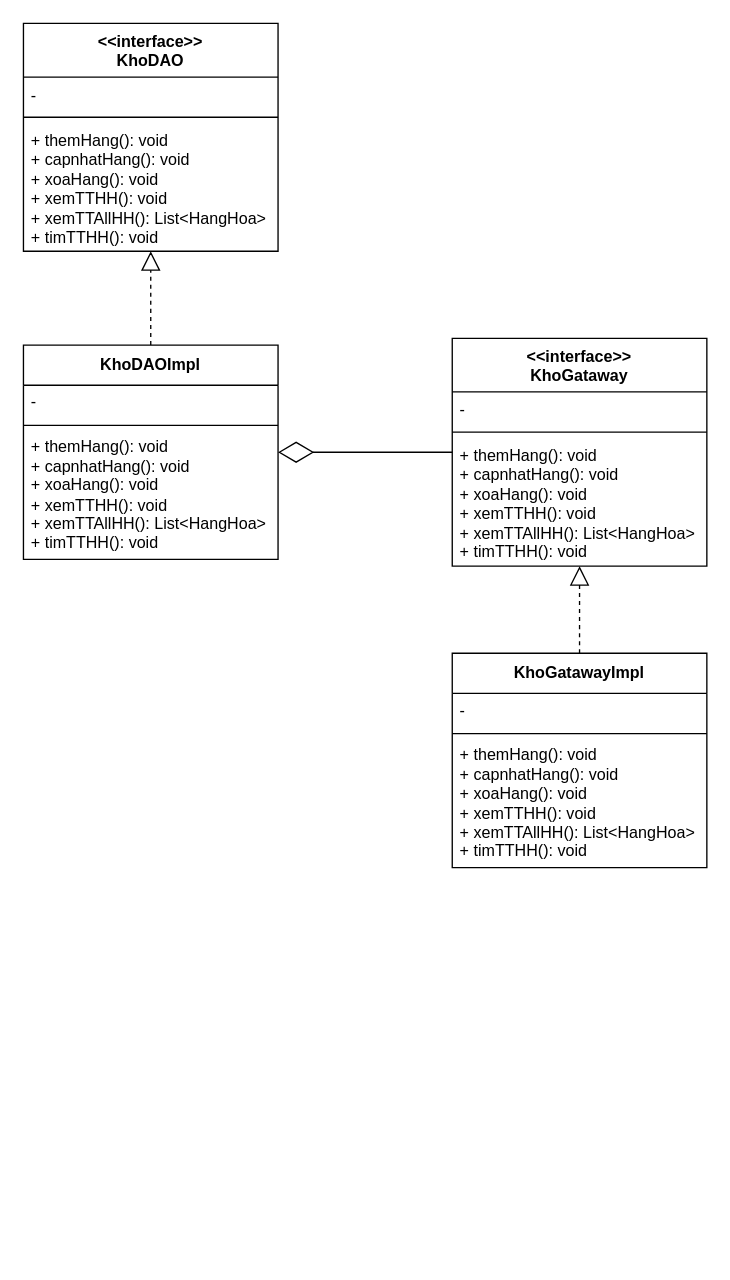
Before: page "Pesistence" (4 of 5) of Detai_SoDo/Diagram_cuoiki.drawio in thuangg0123/MYCTKPM, a draw.io diagram. Source tidied: cells renumbered, new cells numbered last; positions are measured from the earlier drawing's top-left corner, leaving out a move shared by most shapes. Both pictures are drawn from the tidied source at 134%, with x=0, y=0 at pixel (23, 23).
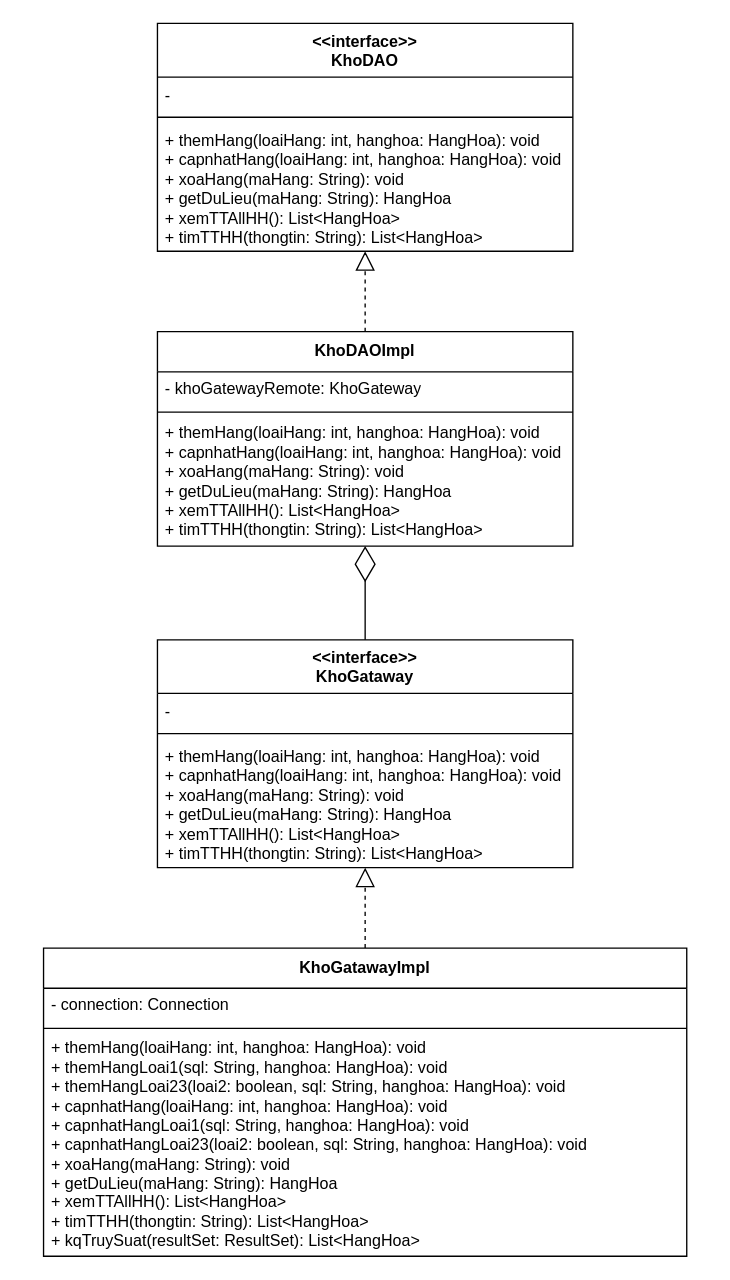
The same page after the edit.

Diff of the diagram source:
```diff
@@
     <mxCell id="2" value="&amp;lt;&amp;lt;interface&amp;gt;&amp;gt;&lt;br&gt;KhoDAO" style="swimlane;fontStyle=1;align=center;verticalAlign=top;horizontal=1;startSize=40;whiteSpace=wrap;html=1;" parent="1" vertex="1">
-      <mxGeometry width="190" height="170" as="geometry" />
+      <mxGeometry x="100" width="310" height="170" as="geometry" />
     </mxCell>
-    <mxCell id="3" value="-" style="text;strokeColor=none;fillColor=none;align=left;verticalAlign=top;spacingLeft=4;spacingRight=4;overflow=hidden;whiteSpace=wrap;html=1;" parent="2" vertex="1">
-      <mxGeometry y="40" width="190" height="26" as="geometry" />
-    </mxCell>
-    <mxCell id="4" style="line;strokeWidth=1;fillColor=none;align=left;verticalAlign=middle;spacingTop=-1;spacingLeft=3;spacingRight=3;labelPosition=right;strokeColor=inherit;" parent="2" vertex="1">
-      <mxGeometry y="66" width="190" height="8" as="geometry" />
-    </mxCell>
-    <mxCell id="5" value="+ themHang(): void&lt;br style=&quot;border-color: var(--border-color);&quot;&gt;+ capnhatHang(): void&lt;br style=&quot;border-color: var(--border-color);&quot;&gt;+ xoaHang(): void&lt;br style=&quot;border-color: var(--border-color);&quot;&gt;+ xemTTHH(): void&lt;br style=&quot;border-color: var(--border-color);&quot;&gt;+ xemTTAllHH(): List&amp;lt;HangHoa&amp;gt;&lt;br style=&quot;border-color: var(--border-color);&quot;&gt;+ timTTHH(): void" style="text;strokeColor=none;fillColor=none;align=left;verticalAlign=top;spacingLeft=4;spacingRight=4;overflow=hidden;whiteSpace=wrap;html=1;" parent="2" vertex="1">
-      <mxGeometry y="74" width="190" height="96" as="geometry" />
-    </mxCell>
+    <mxCell id="21" value="-" style="text;strokeColor=none;fillColor=none;align=left;verticalAlign=top;spacingLeft=4;spacingRight=4;overflow=hidden;whiteSpace=wrap;html=1;" parent="2" vertex="1">
+      <mxGeometry y="40" width="310" height="26" as="geometry" />
+    </mxCell>
+    <mxCell id="22" style="line;strokeWidth=1;fillColor=none;align=left;verticalAlign=middle;spacingTop=-1;spacingLeft=3;spacingRight=3;labelPosition=right;strokeColor=inherit;" parent="2" vertex="1">
+      <mxGeometry y="66" width="310" height="8" as="geometry" />
+    </mxCell>
+    <mxCell id="23" value="+ themHang(loaiHang: int, hanghoa: HangHoa): void&lt;br style=&quot;border-color: var(--border-color);&quot;&gt;+ capnhatHang(loaiHang: int, hanghoa: HangHoa): void&lt;br style=&quot;border-color: var(--border-color);&quot;&gt;+ xoaHang(maHang: String): void&lt;br style=&quot;border-color: var(--border-color);&quot;&gt;+&amp;nbsp;getDuLieu(maHang: String): HangHoa&lt;br style=&quot;border-color: var(--border-color);&quot;&gt;+ xemTTAllHH(): List&amp;lt;HangHoa&amp;gt;&lt;br style=&quot;border-color: var(--border-color);&quot;&gt;+ timTTHH(thongtin: String): List&amp;lt;HangHoa&amp;gt;&lt;br style=&quot;border-color: var(--border-color);&quot;&gt;" style="text;strokeColor=none;fillColor=none;align=left;verticalAlign=top;spacingLeft=4;spacingRight=4;overflow=hidden;whiteSpace=wrap;html=1;" parent="2" vertex="1">
+      <mxGeometry y="74" width="310" height="96" as="geometry" />
+    </mxCell>
     <mxCell id="6" value="KhoDAOImpl" style="swimlane;fontStyle=1;align=center;verticalAlign=middle;horizontal=1;startSize=30;whiteSpace=wrap;html=1;" parent="1" vertex="1">
-      <mxGeometry y="240" width="190" height="160" as="geometry" />
+      <mxGeometry x="100" y="230" width="310" height="160" as="geometry" />
     </mxCell>
-    <mxCell id="7" value="-&amp;nbsp;" style="text;strokeColor=none;fillColor=none;align=left;verticalAlign=middle;spacingLeft=4;spacingRight=4;overflow=hidden;whiteSpace=wrap;html=1;" parent="6" vertex="1">
-      <mxGeometry y="30" width="190" height="26" as="geometry" />
-    </mxCell>
-    <mxCell id="8" style="line;strokeWidth=1;fillColor=none;align=left;verticalAlign=middle;spacingTop=-1;spacingLeft=3;spacingRight=3;labelPosition=right;strokeColor=inherit;" parent="6" vertex="1">
-      <mxGeometry y="56" width="190" height="8" as="geometry" />
-    </mxCell>
-    <mxCell id="9" value="+ themHang(): void&lt;br&gt;+ capnhatHang(): void&lt;br&gt;+ xoaHang(): void&lt;br&gt;+ xemTTHH(): void&lt;br&gt;+ xemTTAllHH(): List&amp;lt;HangHoa&amp;gt;&lt;br&gt;+ timTTHH(): void" style="text;strokeColor=none;fillColor=none;align=left;verticalAlign=middle;spacingLeft=4;spacingRight=4;overflow=hidden;whiteSpace=wrap;html=1;" parent="6" vertex="1">
-      <mxGeometry y="64" width="190" height="96" as="geometry" />
-    </mxCell>
+    <mxCell id="24" value="-&amp;nbsp;khoGatewayRemote: KhoGateway" style="text;strokeColor=none;fillColor=none;align=left;verticalAlign=middle;spacingLeft=4;spacingRight=4;overflow=hidden;whiteSpace=wrap;html=1;" parent="6" vertex="1">
+      <mxGeometry y="30" width="310" height="26" as="geometry" />
+    </mxCell>
+    <mxCell id="25" style="line;strokeWidth=1;fillColor=none;align=left;verticalAlign=middle;spacingTop=-1;spacingLeft=3;spacingRight=3;labelPosition=right;strokeColor=inherit;" parent="6" vertex="1">
+      <mxGeometry y="56" width="310" height="8" as="geometry" />
+    </mxCell>
+    <mxCell id="26" value="+ themHang(loaiHang: int, hanghoa: HangHoa): void&lt;br style=&quot;border-color: var(--border-color);&quot;&gt;+ capnhatHang(loaiHang: int, hanghoa: HangHoa): void&lt;br style=&quot;border-color: var(--border-color);&quot;&gt;+ xoaHang(maHang: String): void&lt;br style=&quot;border-color: var(--border-color);&quot;&gt;+&amp;nbsp;getDuLieu(maHang: String): HangHoa&lt;br style=&quot;border-color: var(--border-color);&quot;&gt;+ xemTTAllHH(): List&amp;lt;HangHoa&amp;gt;&lt;br style=&quot;border-color: var(--border-color);&quot;&gt;+ timTTHH(thongtin: String): List&amp;lt;HangHoa&amp;gt;" style="text;strokeColor=none;fillColor=none;align=left;verticalAlign=middle;spacingLeft=4;spacingRight=4;overflow=hidden;whiteSpace=wrap;html=1;" parent="6" vertex="1">
+      <mxGeometry y="64" width="310" height="96" as="geometry" />
+    </mxCell>
@@
     <mxCell id="11" value="&amp;lt;&amp;lt;interface&amp;gt;&amp;gt;&lt;br&gt;KhoGataway" style="swimlane;fontStyle=1;align=center;verticalAlign=top;horizontal=1;startSize=40;whiteSpace=wrap;html=1;" parent="1" vertex="1">
-      <mxGeometry x="320" y="235" width="190" height="170" as="geometry" />
+      <mxGeometry x="100" y="460" width="310" height="170" as="geometry" />
     </mxCell>
-    <mxCell id="12" value="-" style="text;strokeColor=none;fillColor=none;align=left;verticalAlign=top;spacingLeft=4;spacingRight=4;overflow=hidden;whiteSpace=wrap;html=1;" parent="11" vertex="1">
-      <mxGeometry y="40" width="190" height="26" as="geometry" />
-    </mxCell>
-    <mxCell id="13" style="line;strokeWidth=1;fillColor=none;align=left;verticalAlign=middle;spacingTop=-1;spacingLeft=3;spacingRight=3;labelPosition=right;strokeColor=inherit;" parent="11" vertex="1">
-      <mxGeometry y="66" width="190" height="8" as="geometry" />
-    </mxCell>
-    <mxCell id="14" value="+ themHang(): void&lt;br style=&quot;border-color: var(--border-color);&quot;&gt;+ capnhatHang(): void&lt;br style=&quot;border-color: var(--border-color);&quot;&gt;+ xoaHang(): void&lt;br style=&quot;border-color: var(--border-color);&quot;&gt;+ xemTTHH(): void&lt;br style=&quot;border-color: var(--border-color);&quot;&gt;+ xemTTAllHH(): List&amp;lt;HangHoa&amp;gt;&lt;br style=&quot;border-color: var(--border-color);&quot;&gt;+ timTTHH(): void" style="text;strokeColor=none;fillColor=none;align=left;verticalAlign=top;spacingLeft=4;spacingRight=4;overflow=hidden;whiteSpace=wrap;html=1;" parent="11" vertex="1">
-      <mxGeometry y="74" width="190" height="96" as="geometry" />
-    </mxCell>
+    <mxCell id="27" value="-" style="text;strokeColor=none;fillColor=none;align=left;verticalAlign=top;spacingLeft=4;spacingRight=4;overflow=hidden;whiteSpace=wrap;html=1;" parent="11" vertex="1">
+      <mxGeometry y="40" width="310" height="26" as="geometry" />
+    </mxCell>
+    <mxCell id="28" style="line;strokeWidth=1;fillColor=none;align=left;verticalAlign=middle;spacingTop=-1;spacingLeft=3;spacingRight=3;labelPosition=right;strokeColor=inherit;" parent="11" vertex="1">
+      <mxGeometry y="66" width="310" height="8" as="geometry" />
+    </mxCell>
+    <mxCell id="29" value="+ themHang(loaiHang: int, hanghoa: HangHoa): void&lt;br style=&quot;border-color: var(--border-color);&quot;&gt;+ capnhatHang(loaiHang: int, hanghoa: HangHoa): void&lt;br style=&quot;border-color: var(--border-color);&quot;&gt;+ xoaHang(maHang: String): void&lt;br style=&quot;border-color: var(--border-color);&quot;&gt;+&amp;nbsp;getDuLieu(maHang: String): HangHoa&lt;br style=&quot;border-color: var(--border-color);&quot;&gt;+ xemTTAllHH(): List&amp;lt;HangHoa&amp;gt;&lt;br style=&quot;border-color: var(--border-color);&quot;&gt;+ timTTHH(thongtin: String): List&amp;lt;HangHoa&amp;gt;" style="text;strokeColor=none;fillColor=none;align=left;verticalAlign=top;spacingLeft=4;spacingRight=4;overflow=hidden;whiteSpace=wrap;html=1;" parent="11" vertex="1">
+      <mxGeometry y="74" width="310" height="96" as="geometry" />
+    </mxCell>
     <mxCell id="15" value="KhoGatawayImpl" style="swimlane;fontStyle=1;align=center;verticalAlign=middle;horizontal=1;startSize=30;whiteSpace=wrap;html=1;" parent="1" vertex="1">
-      <mxGeometry x="320" y="470" width="190" height="160" as="geometry" />
+      <mxGeometry x="15" y="690" width="480" height="230" as="geometry" />
     </mxCell>
-    <mxCell id="16" value="-&amp;nbsp;" style="text;strokeColor=none;fillColor=none;align=left;verticalAlign=middle;spacingLeft=4;spacingRight=4;overflow=hidden;whiteSpace=wrap;html=1;" parent="15" vertex="1">
-      <mxGeometry y="30" width="190" height="26" as="geometry" />
-    </mxCell>
-    <mxCell id="17" style="line;strokeWidth=1;fillColor=none;align=left;verticalAlign=middle;spacingTop=-1;spacingLeft=3;spacingRight=3;labelPosition=right;strokeColor=inherit;" parent="15" vertex="1">
-      <mxGeometry y="56" width="190" height="8" as="geometry" />
-    </mxCell>
-    <mxCell id="18" value="+ themHang(): void&lt;br&gt;+ capnhatHang(): void&lt;br&gt;+ xoaHang(): void&lt;br&gt;+ xemTTHH(): void&lt;br&gt;+ xemTTAllHH(): List&amp;lt;HangHoa&amp;gt;&lt;br&gt;+ timTTHH(): void" style="text;strokeColor=none;fillColor=none;align=left;verticalAlign=middle;spacingLeft=4;spacingRight=4;overflow=hidden;whiteSpace=wrap;html=1;" parent="15" vertex="1">
-      <mxGeometry y="64" width="190" height="96" as="geometry" />
-    </mxCell>
+    <mxCell id="30" value="-&amp;nbsp;connection:&amp;nbsp;Connection" style="text;strokeColor=none;fillColor=none;align=left;verticalAlign=middle;spacingLeft=4;spacingRight=4;overflow=hidden;whiteSpace=wrap;html=1;" parent="15" vertex="1">
+      <mxGeometry y="30" width="480" height="26" as="geometry" />
+    </mxCell>
+    <mxCell id="31" style="line;strokeWidth=1;fillColor=none;align=left;verticalAlign=middle;spacingTop=-1;spacingLeft=3;spacingRight=3;labelPosition=right;strokeColor=inherit;" parent="15" vertex="1">
+      <mxGeometry y="56" width="480" height="8" as="geometry" />
+    </mxCell>
+    <mxCell id="32" value="+ themHang(loaiHang: int, hanghoa: HangHoa): void&lt;br&gt;+ themHangLoai1(sql: String, hanghoa: HangHoa): void&lt;br style=&quot;border-color: var(--border-color);&quot;&gt;+ themHangLoai23(loai2: boolean, sql: String, hanghoa: HangHoa): void&lt;br style=&quot;border-color: var(--border-color);&quot;&gt;+ capnhatHang(loaiHang: int, hanghoa: HangHoa): void&lt;br&gt;+ capnhatHangLoai1(sql: String, hanghoa: HangHoa): void&lt;br&gt;+ capnhatHangLoai23(loai2: boolean, sql: String, hanghoa: HangHoa): void&lt;br style=&quot;border-color: var(--border-color);&quot;&gt;+ xoaHang(maHang: String): void&lt;br style=&quot;border-color: var(--border-color);&quot;&gt;+&amp;nbsp;getDuLieu(maHang: String): HangHoa&lt;br style=&quot;border-color: var(--border-color);&quot;&gt;+ xemTTAllHH(): List&amp;lt;HangHoa&amp;gt;&lt;br style=&quot;border-color: var(--border-color);&quot;&gt;+ timTTHH(thongtin: String): List&amp;lt;HangHoa&amp;gt;&lt;br&gt;+&amp;nbsp;kqTruySuat(resultSet:&amp;nbsp;ResultSet): List&amp;lt;HangHoa&amp;gt;" style="text;strokeColor=none;fillColor=none;align=left;verticalAlign=middle;spacingLeft=4;spacingRight=4;overflow=hidden;whiteSpace=wrap;html=1;" parent="15" vertex="1">
+      <mxGeometry y="64" width="480" height="166" as="geometry" />
+    </mxCell>
```
